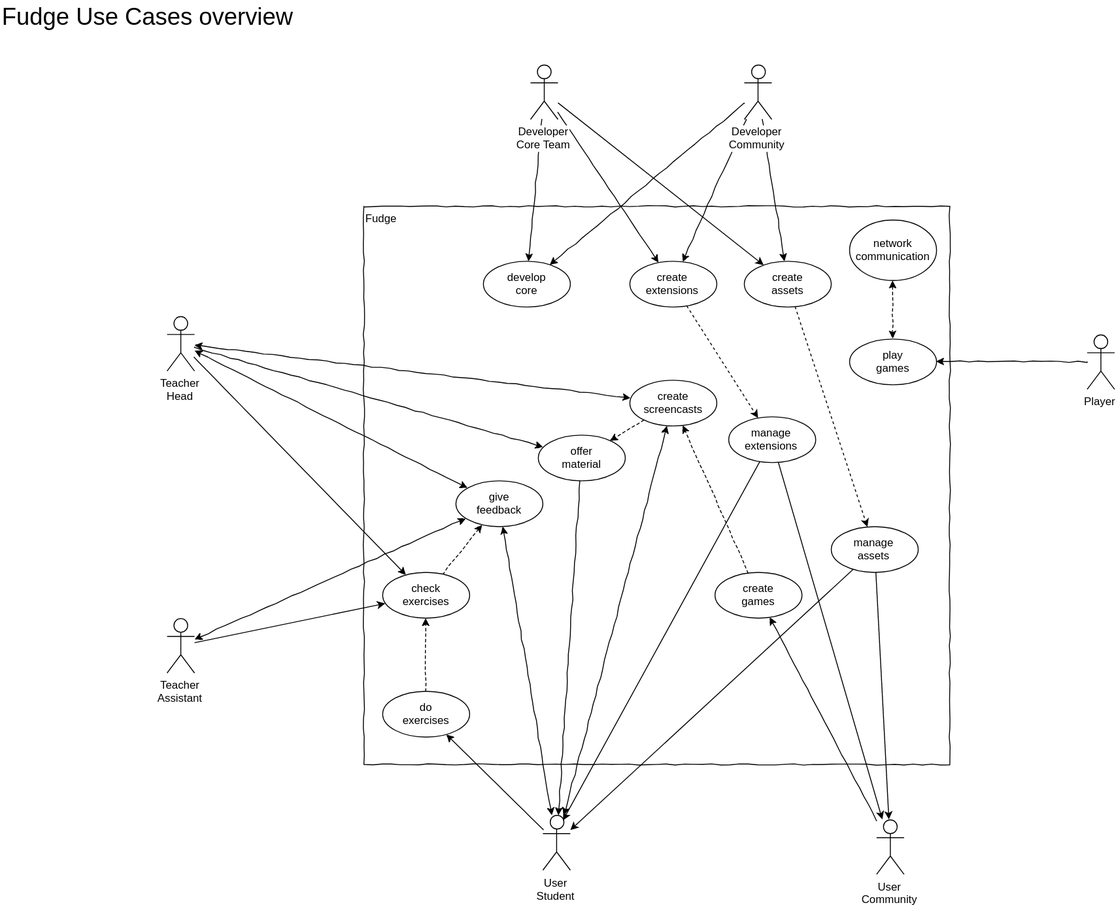
Earlier version of the draw.io export Design/UseCasesOverview.svg (JirkaDellOro/FUDGE). Source tidied: cells renumbered, new cells last; positions are measured from the earlier drawing's top-left corner, leaving out a move shared by most shapes.
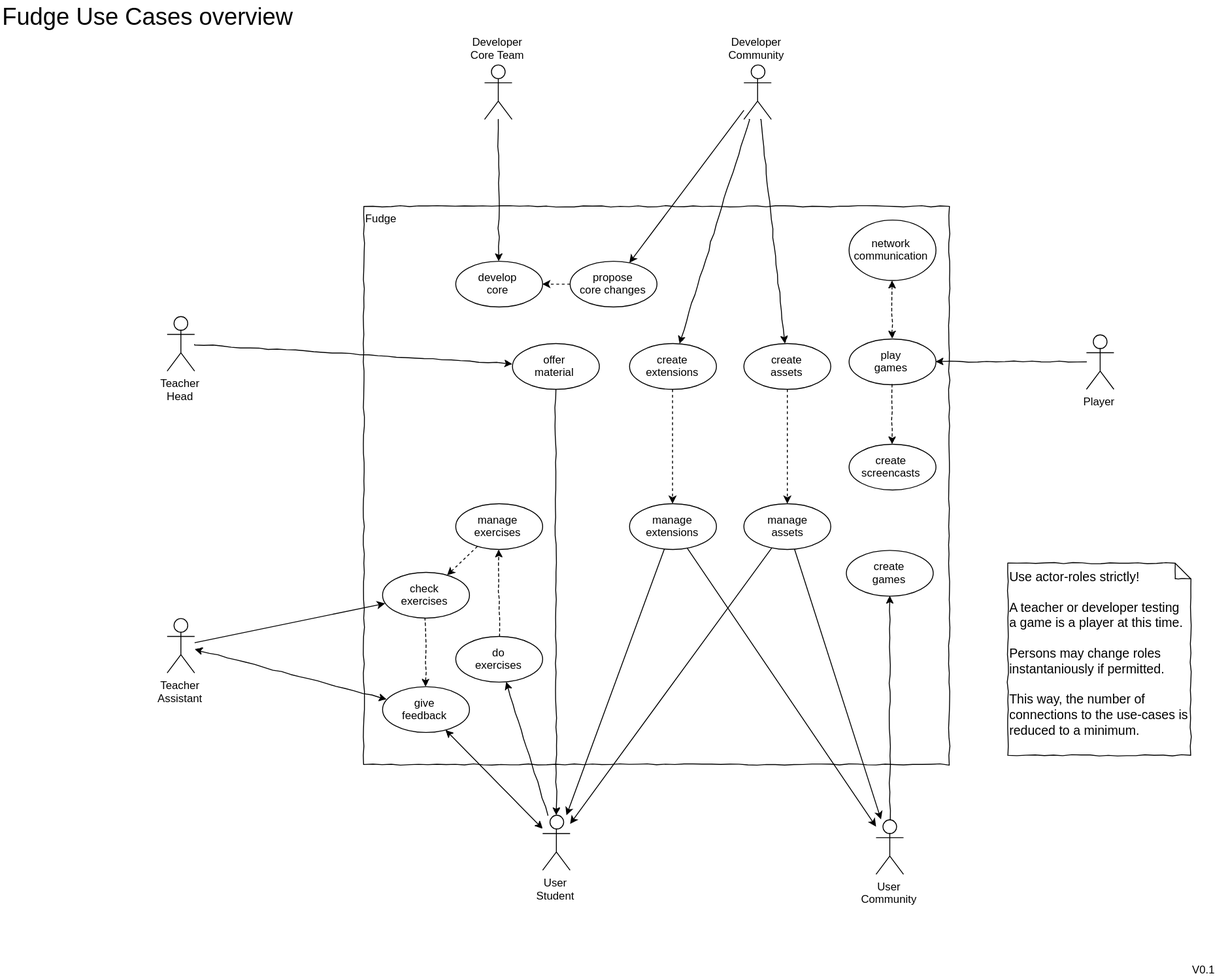
The same diagram one commit later.

Diff of the diagram source:
```diff
@@ -9,23 +9,14 @@
     <mxCell id="4" style="edgeStyle=none;rounded=0;html=1;startArrow=none;startFill=0;jettySize=auto;comic=1;" parent="3" edge="1" source="6" target="16">
       <mxGeometry relative="1" as="geometry" />
     </mxCell>
-    <mxCell id="5" style="edgeStyle=none;rounded=0;comic=1;html=1;startArrow=classic;startFill=1;jettySize=auto;" parent="3" edge="1" source="6" target="10">
-      <mxGeometry relative="1" as="geometry" />
-    </mxCell>
     <mxCell id="6" value="&lt;span style=&quot;background-color: rgb(255 , 255 , 255)&quot;&gt;User&lt;br&gt;Student&lt;/span&gt;&lt;br&gt;" style="shape=umlActor;verticalLabelPosition=bottom;labelBackgroundColor=#ffffff;verticalAlign=top;html=1;outlineConnect=0;" parent="3" vertex="1">
       <mxGeometry x="592.5" y="890.5" width="30" height="60" as="geometry" />
     </mxCell>
-    <mxCell id="7" style="edgeStyle=none;rounded=0;comic=1;html=1;dashed=1;startArrow=none;startFill=0;jettySize=auto;" parent="3" edge="1" source="8" target="10">
-      <mxGeometry relative="1" as="geometry" />
-    </mxCell>
     <mxCell id="8" value="create&lt;br&gt;games" style="ellipse;whiteSpace=wrap;html=1;rounded=1;shadow=0;strokeWidth=1;comic=1;" parent="3" vertex="1">
-      <mxGeometry x="780" y="625" width="95" height="50" as="geometry" />
+      <mxGeometry x="924.5" y="600.5" width="95" height="50" as="geometry" />
     </mxCell>
-    <mxCell id="9" style="edgeStyle=none;rounded=0;comic=1;html=1;startArrow=none;startFill=0;jettySize=auto;dashed=1;" parent="3" edge="1" source="10" target="20">
-      <mxGeometry relative="1" as="geometry" />
-    </mxCell>
     <mxCell id="10" value="create&lt;br&gt;screencasts&lt;br&gt;" style="ellipse;whiteSpace=wrap;html=1;rounded=1;shadow=0;strokeWidth=1;comic=1;" parent="3" vertex="1">
-      <mxGeometry x="687" y="415" width="95" height="50" as="geometry" />
+      <mxGeometry x="927" y="485" width="95" height="50" as="geometry" />
     </mxCell>
     <mxCell id="11" style="edgeStyle=none;rounded=0;comic=1;html=1;startArrow=classic;startFill=1;jettySize=auto;dashed=1;" parent="3" edge="1" source="12" target="13">
       <mxGeometry relative="1" as="geometry" />
@@ -39,36 +30,45 @@
     <mxCell id="14" style="edgeStyle=none;rounded=0;html=1;jettySize=auto;startArrow=classic;startFill=1;" parent="3" edge="1" target="18">
       <mxGeometry relative="1" as="geometry" />
     </mxCell>
-    <mxCell id="15" style="edgeStyle=none;rounded=0;html=1;dashed=1;startArrow=none;startFill=0;jettySize=auto;comic=1;" parent="3" edge="1" source="16" target="49">
+    <mxCell id="15" style="edgeStyle=none;rounded=0;html=1;dashed=1;startArrow=none;startFill=0;jettySize=auto;comic=1;" parent="3" edge="1" source="16" target="62">
       <mxGeometry relative="1" as="geometry" />
     </mxCell>
     <mxCell id="16" value="do&lt;br&gt;exercises&lt;br&gt;" style="ellipse;whiteSpace=wrap;html=1;rounded=1;shadow=0;strokeWidth=1;comic=1;" parent="3" vertex="1">
-      <mxGeometry x="417" y="755" width="95" height="50" as="geometry" />
+      <mxGeometry x="497.5" y="695" width="95" height="50" as="geometry" />
     </mxCell>
     <mxCell id="17" style="edgeStyle=none;rounded=0;html=1;jettySize=auto;startArrow=classic;startFill=1;comic=1;" parent="3" edge="1" source="18" target="6">
       <mxGeometry relative="1" as="geometry" />
     </mxCell>
     <mxCell id="18" value="give&lt;br&gt;feedback" style="ellipse;whiteSpace=wrap;html=1;rounded=1;shadow=0;strokeWidth=1;comic=1;" parent="3" vertex="1">
-      <mxGeometry x="497" y="525" width="95" height="50" as="geometry" />
+      <mxGeometry x="417" y="750" width="95" height="50" as="geometry" />
     </mxCell>
     <mxCell id="19" style="edgeStyle=none;rounded=0;html=1;startArrow=none;startFill=0;jettySize=auto;comic=1;" parent="3" edge="1" source="20" target="6">
       <mxGeometry relative="1" as="geometry" />
     </mxCell>
     <mxCell id="20" value="offer&lt;br&gt;material&lt;br&gt;" style="ellipse;whiteSpace=wrap;html=1;rounded=1;shadow=0;strokeWidth=1;comic=1;" parent="3" vertex="1">
-      <mxGeometry x="587" y="475" width="95" height="50" as="geometry" />
+      <mxGeometry x="559" y="375" width="95" height="50" as="geometry" />
     </mxCell>
     <mxCell id="21" value="create&lt;br&gt;extensions&lt;br&gt;" style="ellipse;whiteSpace=wrap;html=1;rounded=1;shadow=0;strokeWidth=1;comic=1;" parent="3" vertex="1">
-      <mxGeometry x="687" y="285" width="95" height="50" as="geometry" />
+      <mxGeometry x="687" y="375" width="95" height="50" as="geometry" />
     </mxCell>
     <mxCell id="22" style="edgeStyle=none;rounded=0;html=1;jettySize=auto;dashed=1;" parent="3" edge="1" source="23" target="53">
       <mxGeometry relative="1" as="geometry" />
     </mxCell>
     <mxCell id="23" value="create&lt;br&gt;assets&lt;br&gt;" style="ellipse;whiteSpace=wrap;html=1;rounded=1;shadow=0;strokeWidth=1;comic=1;" parent="3" vertex="1">
-      <mxGeometry x="812.5" y="285" width="95" height="50" as="geometry" />
+      <mxGeometry x="812.5" y="375" width="95" height="50" as="geometry" />
     </mxCell>
+    <mxCell id="58" style="rounded=0;html=1;startArrow=none;startFill=0;jettySize=auto;" parent="3" edge="1" source="37" target="60">
+      <mxGeometry relative="1" as="geometry" />
+    </mxCell>
     <mxCell id="24" value="develop&lt;br&gt;core&lt;br&gt;" style="ellipse;whiteSpace=wrap;html=1;rounded=1;shadow=0;strokeWidth=1;comic=1;" parent="3" vertex="1">
-      <mxGeometry x="527" y="285" width="95" height="50" as="geometry" />
+      <mxGeometry x="497" y="285" width="95" height="50" as="geometry" />
     </mxCell>
+    <mxCell id="59" style="edgeStyle=none;rounded=0;html=1;dashed=1;startArrow=none;startFill=0;jettySize=auto;" parent="3" edge="1" source="60" target="24">
+      <mxGeometry relative="1" as="geometry" />
+    </mxCell>
+    <mxCell id="60" value="propose&lt;br&gt;core changes&lt;br&gt;" style="ellipse;whiteSpace=wrap;html=1;rounded=1;shadow=0;strokeWidth=1;comic=1;" parent="3" vertex="1">
+      <mxGeometry x="622.5" y="285" width="95" height="50" as="geometry" />
+    </mxCell>
     <mxCell id="25" style="edgeStyle=none;rounded=0;html=1;jettySize=auto;" parent="3" edge="1" source="27">
       <mxGeometry relative="1" as="geometry" />
     </mxCell>
@@ -89,34 +89,22 @@
     <mxCell id="30" style="edgeStyle=none;rounded=0;html=1;startArrow=none;startFill=0;jettySize=auto;comic=1;" parent="3" edge="1" source="33" target="24">
       <mxGeometry relative="1" as="geometry" />
     </mxCell>
-    <mxCell id="31" style="edgeStyle=none;rounded=0;html=1;startArrow=none;startFill=0;jettySize=auto;comic=1;" parent="3" edge="1" source="33" target="21">
-      <mxGeometry relative="1" as="geometry" />
-    </mxCell>
-    <mxCell id="32" style="edgeStyle=none;rounded=0;html=1;jettySize=auto;" parent="3" edge="1" source="33" target="23">
-      <mxGeometry relative="1" as="geometry" />
-    </mxCell>
-    <mxCell id="33" value="Developer&lt;br&gt;Core Team&lt;br&gt;" style="shape=umlActor;verticalLabelPosition=bottom;labelBackgroundColor=#ffffff;verticalAlign=top;html=1;outlineConnect=0;" parent="3" vertex="1">
-      <mxGeometry x="579" y="70" width="30" height="60" as="geometry" />
+    <mxCell id="33" value="Developer&lt;br&gt;Core Team&lt;br&gt;" style="shape=umlActor;verticalLabelPosition=top;labelBackgroundColor=#ffffff;verticalAlign=bottom;html=1;outlineConnect=0;labelPosition=center;align=center;" parent="3" vertex="1">
+      <mxGeometry x="529" y="70" width="30" height="60" as="geometry" />
     </mxCell>
     <mxCell id="34" style="edgeStyle=none;rounded=0;html=1;startArrow=none;startFill=0;jettySize=auto;comic=1;" parent="3" edge="1" source="37" target="21">
       <mxGeometry relative="1" as="geometry" />
     </mxCell>
-    <mxCell id="35" style="edgeStyle=none;rounded=0;html=1;startArrow=none;startFill=0;jettySize=auto;labelPosition=center;verticalLabelPosition=top;align=center;verticalAlign=bottom;comic=1;" parent="3" edge="1" source="37" target="24">
-      <mxGeometry x="-0.25" y="-7" relative="1" as="geometry" />
-    </mxCell>
     <mxCell id="36" style="edgeStyle=none;rounded=0;comic=1;html=1;startArrow=none;startFill=0;jettySize=auto;" parent="3" edge="1" source="37" target="23">
       <mxGeometry relative="1" as="geometry" />
     </mxCell>
-    <mxCell id="37" value="Developer&lt;br&gt;Community&lt;br&gt;" style="shape=umlActor;verticalLabelPosition=bottom;labelBackgroundColor=#ffffff;verticalAlign=top;html=1;outlineConnect=0;" parent="3" vertex="1">
+    <mxCell id="37" value="Developer&lt;br&gt;Community&lt;br&gt;" style="shape=umlActor;verticalLabelPosition=top;labelBackgroundColor=#ffffff;verticalAlign=bottom;html=1;outlineConnect=0;labelPosition=center;align=center;" parent="3" vertex="1">
       <mxGeometry x="812.5" y="70" width="30" height="60" as="geometry" />
     </mxCell>
     <mxCell id="38" style="edgeStyle=none;rounded=0;html=1;startArrow=none;startFill=0;jettySize=auto;comic=1;" parent="3" edge="1" source="41" target="20">
       <mxGeometry relative="1" as="geometry" />
     </mxCell>
-    <mxCell id="39" style="edgeStyle=none;rounded=0;html=1;startArrow=classic;startFill=1;jettySize=auto;comic=1;" parent="3" edge="1" source="41" target="18">
-      <mxGeometry relative="1" as="geometry" />
-    </mxCell>
-    <mxCell id="40" style="edgeStyle=none;rounded=0;comic=1;html=1;startArrow=classic;startFill=1;jettySize=auto;" parent="3" edge="1" source="41" target="10">
+    <mxCell id="40" style="edgeStyle=none;rounded=0;comic=1;html=1;startArrow=none;startFill=0;jettySize=auto;dashed=1;" parent="3" edge="1" source="12" target="10">
       <mxGeometry relative="1" as="geometry" />
     </mxCell>
     <mxCell id="41" value="Teacher&lt;br&gt;Head&lt;br&gt;" style="shape=umlActor;verticalLabelPosition=bottom;labelBackgroundColor=#ffffff;verticalAlign=top;html=1;outlineConnect=0;" parent="3" vertex="1">
@@ -134,9 +122,6 @@
     <mxCell id="45" value="Teacher&lt;br&gt;Assistant&lt;br&gt;" style="shape=umlActor;verticalLabelPosition=bottom;labelBackgroundColor=#ffffff;verticalAlign=top;html=1;outlineConnect=0;" parent="3" vertex="1">
       <mxGeometry x="182" y="675" width="30" height="60" as="geometry" />
     </mxCell>
-    <mxCell id="46" style="edgeStyle=none;rounded=0;html=1;jettySize=auto;comic=1;" parent="3" edge="1" source="41" target="49">
-      <mxGeometry relative="1" as="geometry" />
-    </mxCell>
     <mxCell id="47" style="edgeStyle=none;rounded=0;html=1;jettySize=auto;" parent="3" edge="1" source="45" target="49">
       <mxGeometry relative="1" as="geometry" />
     </mxCell>
@@ -156,19 +141,31 @@
       <mxGeometry relative="1" as="geometry" />
     </mxCell>
     <mxCell id="53" value="manage&lt;br&gt;assets&lt;br&gt;" style="ellipse;whiteSpace=wrap;html=1;rounded=1;shadow=0;strokeWidth=1;comic=1;" parent="3" vertex="1">
-      <mxGeometry x="907.5" y="575" width="95" height="50" as="geometry" />
+      <mxGeometry x="812.5" y="550" width="95" height="50" as="geometry" />
     </mxCell>
-    <mxCell id="54" style="edgeStyle=none;rounded=0;html=1;entryX=0.75;entryY=0.1;entryPerimeter=0;jettySize=auto;" parent="3" edge="1" source="56" target="6">
+    <mxCell id="54" style="edgeStyle=none;rounded=0;html=1;jettySize=auto;" parent="3" edge="1" source="56" target="6">
       <mxGeometry relative="1" as="geometry" />
     </mxCell>
     <mxCell id="55" style="edgeStyle=none;rounded=0;html=1;jettySize=auto;" parent="3" edge="1" source="56" target="27">
       <mxGeometry relative="1" as="geometry" />
     </mxCell>
     <mxCell id="56" value="manage&lt;br&gt;extensions&lt;br&gt;" style="ellipse;whiteSpace=wrap;html=1;rounded=1;shadow=0;strokeWidth=1;comic=1;" parent="3" vertex="1">
-      <mxGeometry x="795" y="455" width="95" height="50" as="geometry" />
+      <mxGeometry x="687" y="550" width="95" height="50" as="geometry" />
     </mxCell>
+    <mxCell id="61" style="edgeStyle=none;rounded=0;html=1;startArrow=none;startFill=0;jettySize=auto;dashed=1;" parent="3" edge="1" source="62" target="49">
+      <mxGeometry relative="1" as="geometry" />
+    </mxCell>
+    <mxCell id="62" value="manage&lt;br&gt;exercises&lt;br&gt;" style="ellipse;whiteSpace=wrap;html=1;rounded=1;shadow=0;strokeWidth=1;comic=1;" parent="3" vertex="1">
+      <mxGeometry x="497" y="550" width="95" height="50" as="geometry" />
+    </mxCell>
     <mxCell id="57" value="&lt;font style=&quot;font-size: 26px&quot;&gt;Fudge Use Cases overview&lt;/font&gt;" style="text;html=1;align=left;verticalAlign=top;spacingTop=-4;" parent="3" vertex="1">
       <mxGeometry width="330" height="20" as="geometry" />
     </mxCell>
+    <mxCell id="63" value="V0.1&amp;nbsp;" style="text;html=1;align=left;verticalAlign=top;spacingTop=-4;" parent="3" vertex="1">
+      <mxGeometry x="1301" y="1050" width="40" height="20" as="geometry" />
+    </mxCell>
+    <mxCell id="64" value="&lt;div style=&quot;text-align: left&quot;&gt;&lt;span&gt;Use actor-roles strictly!&lt;/span&gt;&lt;/div&gt;&lt;div style=&quot;text-align: left&quot;&gt;&lt;span&gt;&lt;br&gt;&lt;/span&gt;&lt;/div&gt;&lt;div style=&quot;text-align: left&quot;&gt;&lt;span&gt;A teacher or developer testing a game is a player at this time.&lt;/span&gt;&lt;/div&gt;&lt;div style=&quot;text-align: left&quot;&gt;&lt;span&gt;&lt;br&gt;&lt;/span&gt;&lt;/div&gt;&lt;div style=&quot;text-align: left&quot;&gt;Persons may change roles instantaniously if permitted.&lt;/div&gt;&lt;div style=&quot;text-align: left&quot;&gt;&lt;br&gt;&lt;/div&gt;&lt;div style=&quot;text-align: left&quot;&gt;This way, the number of connections to the use-cases is reduced to a minimum.&lt;/div&gt;" style="shape=note;strokeWidth=1;fontSize=14;size=17;whiteSpace=wrap;html=1;rounded=0;shadow=0;comic=1;fillColor=#FFFFFF;align=left;labelPosition=center;verticalLabelPosition=middle;verticalAlign=top;" parent="3" vertex="1">
+      <mxGeometry x="1101" y="615" width="200" height="210" as="geometry" />
+    </mxCell>
   </root>
 </mxGraphModel>
```
